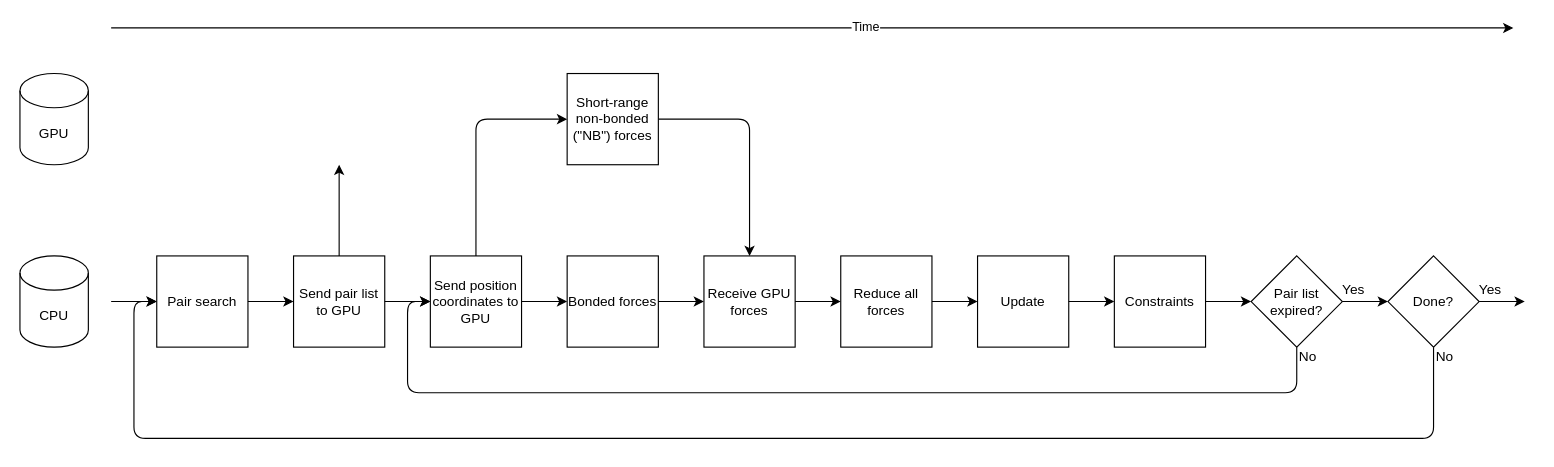
This is content/diagrams/molecular-dynamics-workflow-short-range-gpu-bonded-cpu.drawio from ENCCS/gromacs-gpu-performance, a draw.io file, before an edit. Source tidied: cells renumbered, new cells numbered last; positions are measured from the earlier drawing's top-left corner, leaving out a move shared by most shapes. Both pictures are drawn from the tidied source at 114%, with x=0, y=0 at pixel (19, 27).
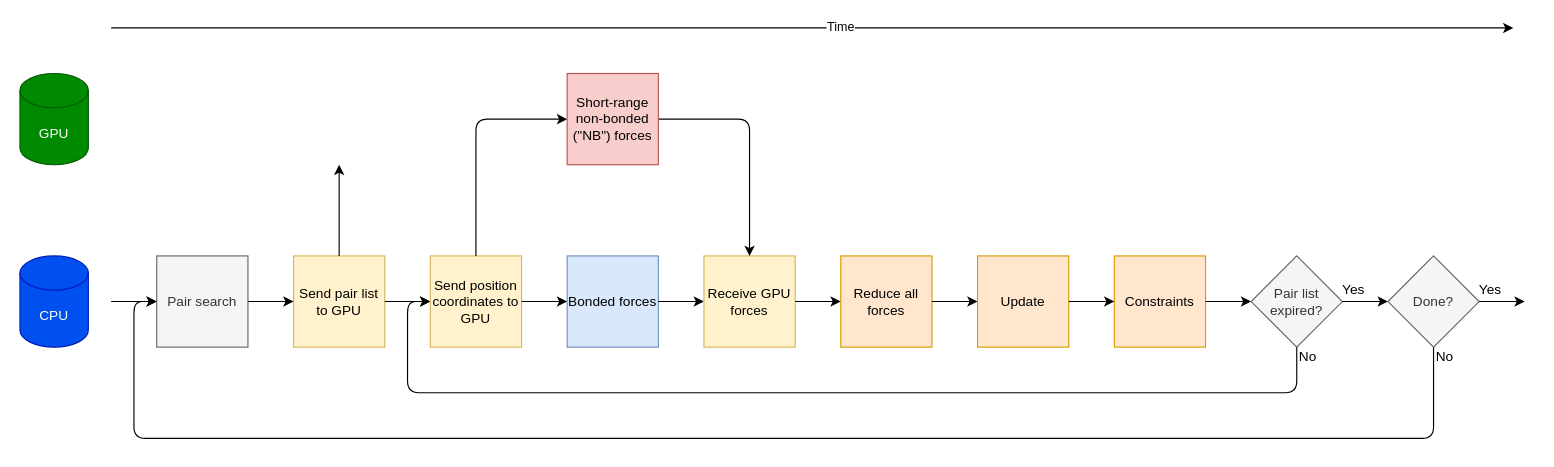
The same diagram, later.

Unchanged cells that the change refers to:
```xml
<mxCell id="2" style="endArrow=classic;html=1;" parent="1" edge="1">
  <mxGeometry relative="1" as="geometry">
    <mxPoint x="80" as="sourcePoint" />
    <mxPoint x="1310" as="targetPoint" />
  </mxGeometry>
</mxCell>
```

Change to the diagram source:
```diff
@@
     <mxCell id="3" value="Time" style="edgeLabel;html=1;align=center;verticalAlign=middle;" parent="2" vertex="1">
       <mxGeometry x="0.14" y="3" relative="1" as="geometry">
-        <mxPoint x="-40" y="1.5" as="offset" />
+        <mxPoint x="-62" y="1.5" as="offset" />
       </mxGeometry>
     </mxCell>
-    <mxCell id="4" value="Update" style="whiteSpace=wrap;html=1;" parent="1" vertex="1">
+    <mxCell id="4" value="Update" style="whiteSpace=wrap;html=1;fillColor=#ffe6cc;strokeColor=#d79b00;" parent="1" vertex="1">
       <mxGeometry x="840" y="200" width="80" height="80" as="geometry" />
     </mxCell>
-    <mxCell id="5" value="Constraints" style="whiteSpace=wrap;html=1;" parent="1" vertex="1">
+    <mxCell id="5" value="Constraints" style="whiteSpace=wrap;html=1;fillColor=#ffe6cc;strokeColor=#d79b00;" parent="1" vertex="1">
       <mxGeometry x="960" y="200" width="80" height="80" as="geometry" />
     </mxCell>
@@
-    <mxCell id="8" value="Pair list expired?" style="rhombus;whiteSpace=wrap;html=1;" parent="1" vertex="1">
+    <mxCell id="8" value="Pair list expired?" style="rhombus;whiteSpace=wrap;html=1;fillColor=#f5f5f5;strokeColor=#666666;fontColor=#333333;" parent="1" vertex="1">
       <mxGeometry x="1080" y="200" width="80" height="80" as="geometry" />
     </mxCell>
@@
-    <mxCell id="13" value="Pair search" style="whiteSpace=wrap;html=1;" parent="1" vertex="1">
+    <mxCell id="13" value="Pair search" style="whiteSpace=wrap;html=1;fillColor=#f5f5f5;strokeColor=#666666;fontColor=#333333;" parent="1" vertex="1">
       <mxGeometry x="120" y="200" width="80" height="80" as="geometry" />
     </mxCell>
-    <mxCell id="14" value="Send pair list to GPU" style="whiteSpace=wrap;html=1;" parent="1" vertex="1">
+    <mxCell id="14" value="Send pair list to GPU" style="whiteSpace=wrap;html=1;fillColor=#fff2cc;strokeColor=#d6b656;" parent="1" vertex="1">
       <mxGeometry x="240" y="200" width="80" height="80" as="geometry" />
     </mxCell>
-    <mxCell id="15" value="Done?" style="rhombus;whiteSpace=wrap;html=1;" parent="1" vertex="1">
+    <mxCell id="15" value="Done?" style="rhombus;whiteSpace=wrap;html=1;fillColor=#f5f5f5;strokeColor=#666666;fontColor=#333333;" parent="1" vertex="1">
       <mxGeometry x="1200" y="200" width="80" height="80" as="geometry" />
     </mxCell>
@@
-    <mxCell id="21" value="CPU" style="shape=cylinder3;whiteSpace=wrap;html=1;boundedLbl=1;backgroundOutline=1;size=15;" parent="1" vertex="1">
+    <mxCell id="21" value="CPU" style="shape=cylinder3;whiteSpace=wrap;html=1;boundedLbl=1;backgroundOutline=1;size=15;fillColor=#0050ef;strokeColor=#001DBC;fontColor=#ffffff;" parent="1" vertex="1">
       <mxGeometry y="200" width="60" height="80" as="geometry" />
     </mxCell>
-    <mxCell id="22" value="GPU" style="shape=cylinder3;whiteSpace=wrap;html=1;boundedLbl=1;backgroundOutline=1;size=15;" parent="1" vertex="1">
+    <mxCell id="22" value="GPU" style="shape=cylinder3;whiteSpace=wrap;html=1;boundedLbl=1;backgroundOutline=1;size=15;fillColor=#008a00;strokeColor=#005700;fontColor=#ffffff;" parent="1" vertex="1">
       <mxGeometry y="40" width="60" height="80" as="geometry" />
     </mxCell>
@@
-    <mxCell id="25" value="Bonded forces" style="whiteSpace=wrap;html=1;" parent="1" vertex="1">
+    <mxCell id="25" value="Bonded forces" style="whiteSpace=wrap;html=1;fillColor=#dae8fc;strokeColor=#6c8ebf;" parent="1" vertex="1">
       <mxGeometry x="480" y="200" width="80" height="80" as="geometry" />
     </mxCell>
-    <mxCell id="26" value="Send position coordinates to GPU" style="whiteSpace=wrap;html=1;" parent="1" vertex="1">
+    <mxCell id="26" value="Send position coordinates to GPU" style="whiteSpace=wrap;html=1;fillColor=#fff2cc;strokeColor=#d6b656;" parent="1" vertex="1">
       <mxGeometry x="360" y="200" width="80" height="80" as="geometry" />
     </mxCell>
@@
-    <mxCell id="30" value="Receive GPU forces" style="whiteSpace=wrap;html=1;" parent="1" vertex="1">
+    <mxCell id="30" value="Receive GPU forces" style="whiteSpace=wrap;html=1;fillColor=#fff2cc;strokeColor=#d6b656;" parent="1" vertex="1">
       <mxGeometry x="600" y="200" width="80" height="80" as="geometry" />
     </mxCell>
-    <mxCell id="31" value="Reduce all forces" style="whiteSpace=wrap;html=1;" parent="1" vertex="1">
+    <mxCell id="31" value="Reduce all forces" style="whiteSpace=wrap;html=1;fillColor=#ffe6cc;strokeColor=#d79b00;" parent="1" vertex="1">
       <mxGeometry x="720" y="200" width="80" height="80" as="geometry" />
     </mxCell>
@@
-    <mxCell id="35" value="&lt;span&gt;Short-range&lt;/span&gt;&lt;br&gt;&lt;span&gt;non-bonded (&quot;NB&quot;) forces&lt;/span&gt;" style="rounded=0;whiteSpace=wrap;html=1;" parent="1" vertex="1">
+    <mxCell id="35" value="&lt;span&gt;Short-range&lt;/span&gt;&lt;br&gt;&lt;span&gt;non-bonded (&quot;NB&quot;) forces&lt;/span&gt;" style="rounded=0;whiteSpace=wrap;html=1;fillColor=#f8cecc;strokeColor=#b85450;" parent="1" vertex="1">
       <mxGeometry x="480" y="40" width="80" height="80" as="geometry" />
     </mxCell>
```
